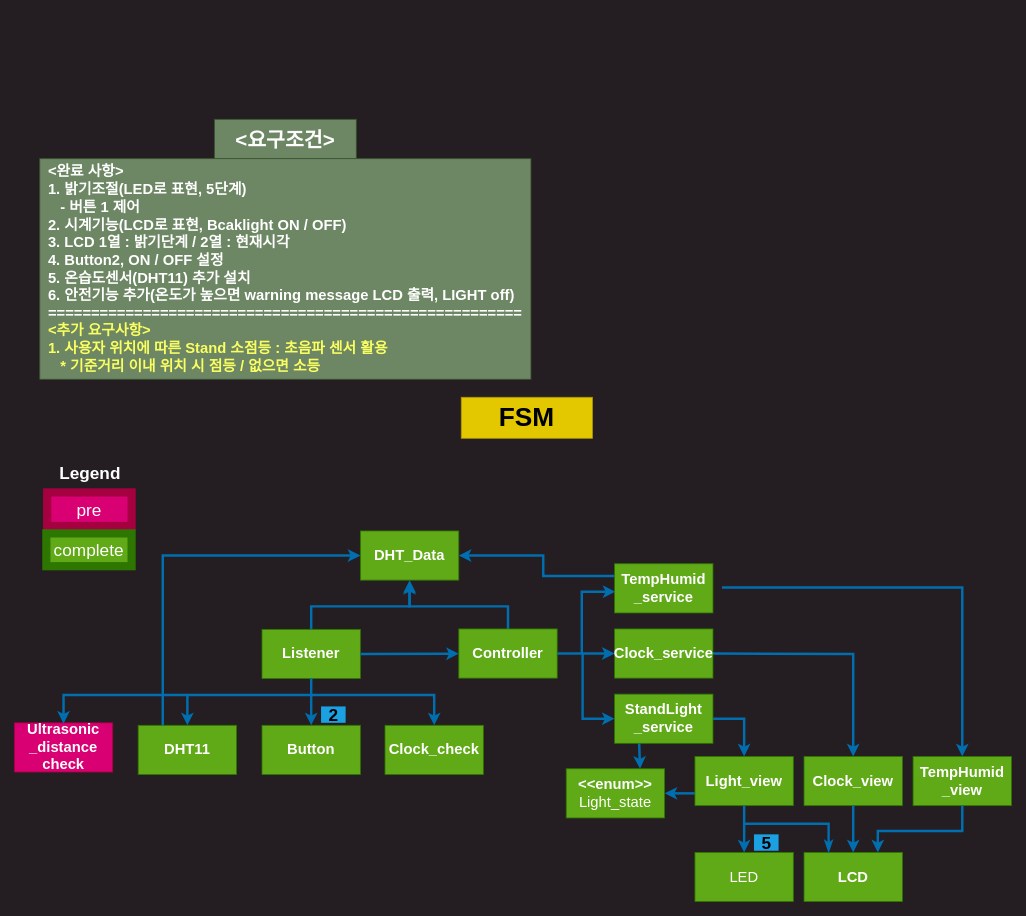
This is Sw_design/sw_design.drawio from YongSinPark/Standlight_Clock_Temperature_Ultrasonic, a draw.io file, before an edit. Source tidied: cells renumbered, new cells numbered last; positions are measured from the earlier drawing's top-left corner, leaving out a move shared by most shapes. Both pictures are drawn from the tidied source at 82%, with x=0, y=0 at pixel (14, 119).
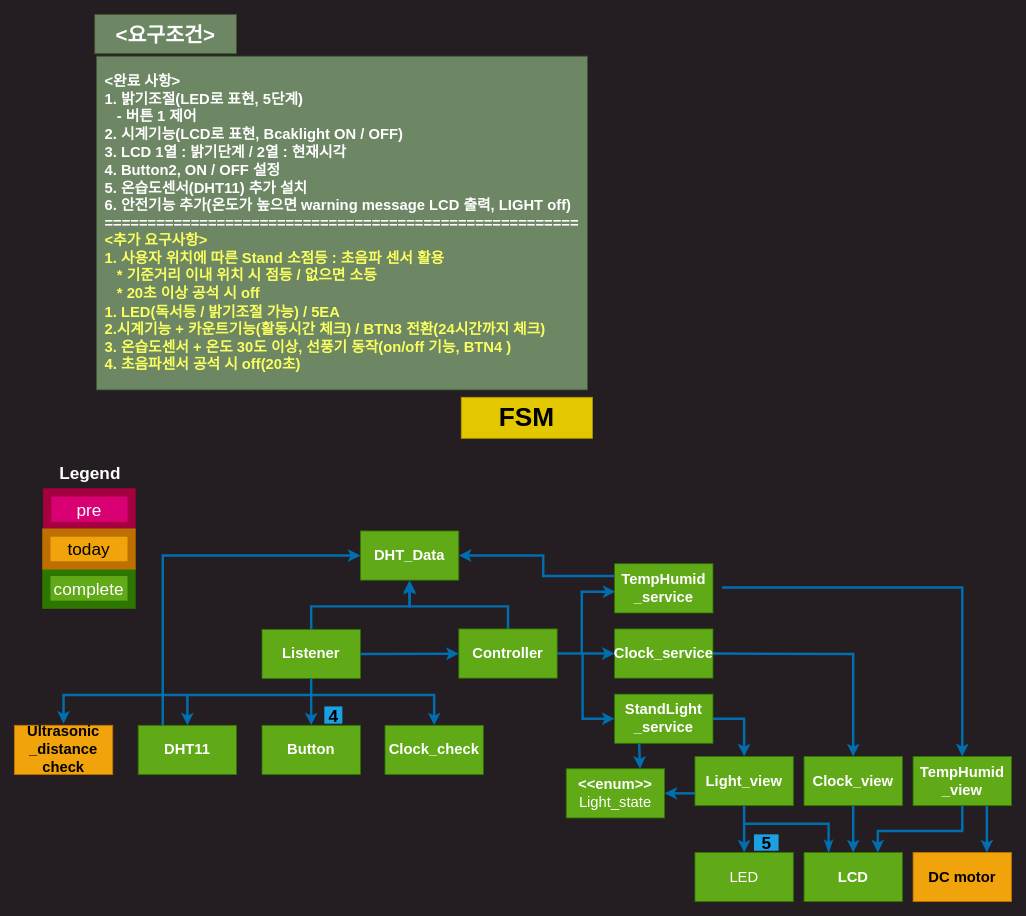
Above is the later version.

Unchanged cells that the change refers to:
```xml
<mxCell id="41" value="&lt;span style=&quot;font-size: 18px&quot;&gt;&lt;b&gt;TempHumid&lt;br&gt;_view&lt;/b&gt;&lt;/span&gt;" style="whiteSpace=wrap;html=1;fillColor=#60a917;fontColor=#ffffff;strokeColor=#2D7600;" parent="1" vertex="1">
  <mxGeometry x="1096" y="777" width="120" height="60" as="geometry" />
</mxCell>
```

The edit, as a diff of the source:
```diff
@@
     <mxCell id="18" value="&lt;b&gt;&lt;font style=&quot;font-size: 25px&quot;&gt;&amp;lt;요구조건&amp;gt;&lt;/font&gt;&lt;/b&gt;" style="whiteSpace=wrap;html=1;fontSize=18;fillColor=#6d8764;fontColor=#ffffff;strokeColor=#3A5431;" parent="1" vertex="1">
-      <mxGeometry x="244" width="173" height="48" as="geometry" />
+      <mxGeometry x="98" y="-128" width="173" height="48" as="geometry" />
     </mxCell>
-    <mxCell id="19" value="&lt;div style=&quot;text-align: left&quot;&gt;&lt;b&gt;&amp;lt;완료 사항&amp;gt;&lt;/b&gt;&lt;/div&gt;&lt;div style=&quot;text-align: left&quot;&gt;&lt;b&gt;1. 밝기조절(LED로 표현, 5단계)&lt;/b&gt;&lt;/div&gt;&lt;div style=&quot;text-align: left&quot;&gt;&lt;span&gt;&lt;b&gt;&amp;nbsp; &amp;nbsp;- 버튼 1 제어&lt;/b&gt;&lt;/span&gt;&lt;/div&gt;&lt;div style=&quot;text-align: left&quot;&gt;&lt;span&gt;&lt;b&gt;2. 시계기능(LCD로 표현, Bcaklight ON / OFF)&lt;/b&gt;&lt;/span&gt;&lt;/div&gt;&lt;div style=&quot;text-align: left&quot;&gt;&lt;span&gt;&lt;b&gt;3. LCD 1열 : 밝기단계 / 2열 : 현재시각&lt;/b&gt;&lt;/span&gt;&lt;/div&gt;&lt;div style=&quot;text-align: left&quot;&gt;&lt;div&gt;&lt;b&gt;4. Button2, ON / OFF 설정&lt;/b&gt;&lt;/div&gt;&lt;div&gt;&lt;b&gt;5. 온습도센서(DHT11) 추가 설치&lt;/b&gt;&lt;/div&gt;&lt;div&gt;&lt;b&gt;6. 안전기능 추가(온도가 높으면 warning message LCD 출력, LIGHT off)&lt;/b&gt;&lt;/div&gt;&lt;/div&gt;&lt;div style=&quot;text-align: left&quot;&gt;&lt;span&gt;&lt;b&gt;=======================================================&lt;/b&gt;&lt;/span&gt;&lt;/div&gt;&lt;div style=&quot;text-align: left&quot;&gt;&lt;b&gt;&lt;font color=&quot;#faff61&quot;&gt;&amp;lt;추가 요구사항&amp;gt;&amp;nbsp;&lt;/font&gt;&lt;/b&gt;&lt;/div&gt;&lt;div style=&quot;text-align: left&quot;&gt;&lt;font color=&quot;#faff61&quot;&gt;&lt;b&gt;1. 사용자 위치에 따른 Stand 소점등 : 초음파 센서 활용&lt;/b&gt;&lt;/font&gt;&lt;/div&gt;&lt;div style=&quot;text-align: left&quot;&gt;&lt;font color=&quot;#faff61&quot;&gt;&lt;b&gt;&amp;nbsp; &amp;nbsp;* 기준거리 이내 위치 시 점등 / 없으면 소등&lt;/b&gt;&lt;/font&gt;&lt;/div&gt;" style="whiteSpace=wrap;html=1;fontSize=18;fillColor=#6d8764;fontColor=#ffffff;strokeColor=#3A5431;" parent="1" vertex="1">
-      <mxGeometry x="31" y="48" width="599" height="269" as="geometry" />
+    <mxCell id="19" value="&lt;div style=&quot;text-align: left&quot;&gt;&lt;b&gt;&amp;lt;완료 사항&amp;gt;&lt;/b&gt;&lt;/div&gt;&lt;div style=&quot;text-align: left&quot;&gt;&lt;b&gt;1. 밝기조절(LED로 표현, 5단계)&lt;/b&gt;&lt;/div&gt;&lt;div style=&quot;text-align: left&quot;&gt;&lt;span&gt;&lt;b&gt;&amp;nbsp; &amp;nbsp;- 버튼 1 제어&lt;/b&gt;&lt;/span&gt;&lt;/div&gt;&lt;div style=&quot;text-align: left&quot;&gt;&lt;span&gt;&lt;b&gt;2. 시계기능(LCD로 표현, Bcaklight ON / OFF)&lt;/b&gt;&lt;/span&gt;&lt;/div&gt;&lt;div style=&quot;text-align: left&quot;&gt;&lt;span&gt;&lt;b&gt;3. LCD 1열 : 밝기단계 / 2열 : 현재시각&lt;/b&gt;&lt;/span&gt;&lt;/div&gt;&lt;div style=&quot;text-align: left&quot;&gt;&lt;div&gt;&lt;b&gt;4. Button2, ON / OFF 설정&lt;/b&gt;&lt;/div&gt;&lt;div&gt;&lt;b&gt;5. 온습도센서(DHT11) 추가 설치&lt;/b&gt;&lt;/div&gt;&lt;div&gt;&lt;b&gt;6. 안전기능 추가(온도가 높으면 warning message LCD 출력, LIGHT off)&lt;/b&gt;&lt;/div&gt;&lt;/div&gt;&lt;div style=&quot;text-align: left&quot;&gt;&lt;span&gt;&lt;b&gt;=======================================================&lt;/b&gt;&lt;/span&gt;&lt;/div&gt;&lt;div style=&quot;text-align: left&quot;&gt;&lt;b&gt;&lt;font color=&quot;#faff61&quot;&gt;&amp;lt;추가 요구사항&amp;gt;&amp;nbsp;&lt;/font&gt;&lt;/b&gt;&lt;/div&gt;&lt;div style=&quot;text-align: left&quot;&gt;&lt;font color=&quot;#faff61&quot;&gt;&lt;b&gt;1. 사용자 위치에 따른 Stand 소점등 : 초음파 센서 활용&lt;/b&gt;&lt;/font&gt;&lt;/div&gt;&lt;div style=&quot;text-align: left&quot;&gt;&lt;font color=&quot;#faff61&quot;&gt;&lt;b&gt;&amp;nbsp; &amp;nbsp;* 기준거리 이내 위치 시 점등 / 없으면 소등&lt;/b&gt;&lt;/font&gt;&lt;/div&gt;&lt;b style=&quot;text-align: left ; color: rgb(250 , 255 , 97)&quot;&gt;&lt;div style=&quot;text-align: justify&quot;&gt;&lt;b&gt;&amp;nbsp; &amp;nbsp;* 20초 이상 공석 시 off&lt;/b&gt;&lt;/div&gt;&lt;/b&gt;&lt;div style=&quot;text-align: left&quot;&gt;&lt;font color=&quot;#faff61&quot;&gt;&lt;b&gt;1. LED(독서등 / 밝기조절 가능) / 5EA&lt;/b&gt;&lt;/font&gt;&lt;/div&gt;&lt;div style=&quot;text-align: left&quot;&gt;&lt;font color=&quot;#faff61&quot;&gt;&lt;b&gt;2.시계기능 + 카운트기능(활동시간 체크) / BTN3 전환(24시간까지 체크)&lt;/b&gt;&lt;/font&gt;&lt;/div&gt;&lt;div style=&quot;text-align: left&quot;&gt;&lt;font color=&quot;#faff61&quot;&gt;&lt;b&gt;3. 온습도센서 + 온도 30도 이상, 선풍기 동작(on/off 기능, BTN4 )&lt;/b&gt;&lt;/font&gt;&lt;/div&gt;&lt;div style=&quot;text-align: left&quot;&gt;&lt;font color=&quot;#faff61&quot;&gt;&lt;b&gt;4. 초음파센서 공석 시 off(20초)&lt;/b&gt;&lt;/font&gt;&lt;/div&gt;" style="whiteSpace=wrap;html=1;fontSize=18;fillColor=#6d8764;fontColor=#ffffff;strokeColor=#3A5431;" parent="1" vertex="1">
+      <mxGeometry x="100" y="-77" width="599" height="407" as="geometry" />
     </mxCell>
@@
-    <mxCell id="22" value="&lt;font color=&quot;#000000&quot; size=&quot;1&quot;&gt;&lt;b style=&quot;font-size: 21px&quot;&gt;2&lt;/b&gt;&lt;/font&gt;" style="text;html=1;align=center;verticalAlign=middle;strokeColor=#006EAF;fillColor=#1ba1e2;strokeWidth=0;fontColor=#ffffff;" parent="1" vertex="1">
-      <mxGeometry x="374" y="716" width="30" height="20" as="geometry" />
+    <mxCell id="22" value="&lt;font color=&quot;#000000&quot; size=&quot;1&quot;&gt;&lt;b style=&quot;font-size: 21px&quot;&gt;4&lt;/b&gt;&lt;/font&gt;" style="text;html=1;align=center;verticalAlign=middle;strokeColor=#006EAF;fillColor=#1ba1e2;strokeWidth=0;fontColor=#ffffff;" parent="1" vertex="1">
+      <mxGeometry x="378" y="716" width="22" height="21" as="geometry" />
     </mxCell>
@@
     <mxCell id="32" value="complete" style="whiteSpace=wrap;html=1;fontSize=21;fontColor=#ffffff;strokeWidth=10;fillColor=#60a917;strokeColor=#2D7600;" parent="1" vertex="1">
-      <mxGeometry x="39" y="505" width="104" height="40" as="geometry" />
+      <mxGeometry x="39" y="552" width="104" height="40" as="geometry" />
     </mxCell>
@@
+    <mxCell id="47" style="edgeStyle=none;html=1;exitX=0.75;exitY=1;exitDx=0;exitDy=0;entryX=0.75;entryY=0;entryDx=0;entryDy=0;strokeWidth=3;fillColor=#1ba1e2;strokeColor=#006EAF;" parent="1" edge="1" source="41" target="49">
+      <mxGeometry relative="1" as="geometry" />
+    </mxCell>
@@
-    <mxCell id="44" value="&lt;span style=&quot;font-size: 18px&quot;&gt;&lt;b&gt;Ultrasonic&lt;br&gt;_distance check&lt;br&gt;&lt;/b&gt;&lt;/span&gt;" style="whiteSpace=wrap;html=1;fillColor=#d80073;fontColor=#ffffff;strokeColor=#A50040;" parent="1" vertex="1">
-      <mxGeometry y="736" width="120" height="60" as="geometry" />
+    <mxCell id="44" value="&lt;span style=&quot;font-size: 18px&quot;&gt;&lt;b&gt;Ultrasonic&lt;br&gt;_distance check&lt;br&gt;&lt;/b&gt;&lt;/span&gt;" style="whiteSpace=wrap;html=1;fillColor=#f0a30a;fontColor=#000000;strokeColor=#BD7000;" parent="1" vertex="1">
+      <mxGeometry y="739" width="120" height="60" as="geometry" />
     </mxCell>
@@
+    <mxCell id="48" value="today" style="whiteSpace=wrap;html=1;fontSize=21;fontColor=#000000;strokeWidth=10;fillColor=#f0a30a;strokeColor=#BD7000;" parent="1" vertex="1">
+      <mxGeometry x="39" y="504" width="104" height="40" as="geometry" />
+    </mxCell>
+    <mxCell id="49" value="&lt;span style=&quot;font-size: 18px&quot;&gt;&lt;b&gt;DC motor&lt;br&gt;&lt;/b&gt;&lt;/span&gt;" style="whiteSpace=wrap;html=1;fillColor=#f0a30a;fontColor=#000000;strokeColor=#BD7000;" parent="1" vertex="1">
+      <mxGeometry x="1096" y="894" width="120" height="60" as="geometry" />
+    </mxCell>
```
